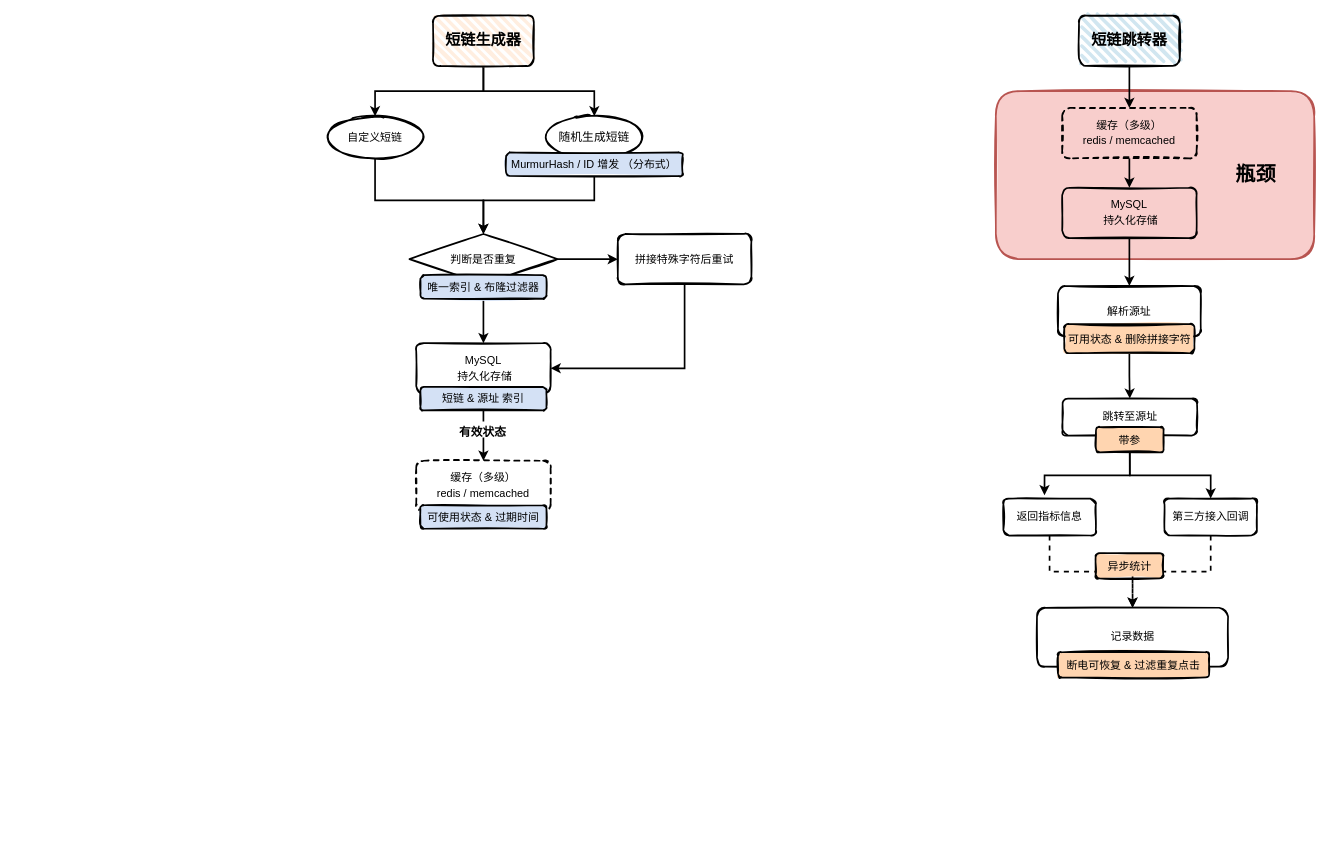
Earlier version of the draw.io diagram landingtrace.drawio (boxtsecond/draw). Source tidied: cells renumbered, new cells numbered last; positions are measured from the earlier drawing's top-left corner, leaving out a move shared by most shapes. Both pictures are drawn from the tidied source at 84%, with x=0, y=0 at pixel (324, 15).
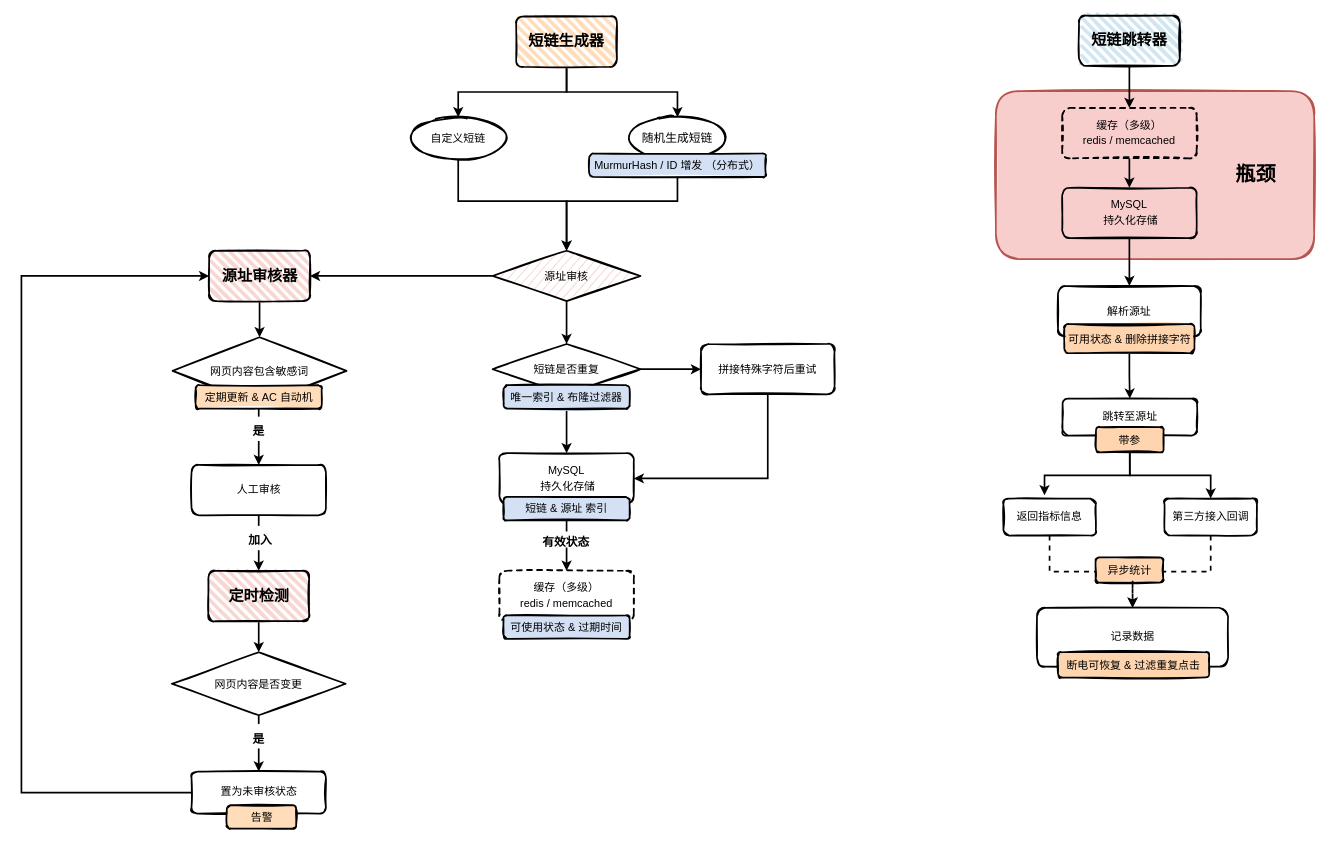
After the change.

Diff of the diagram source:
```diff
@@
-    <mxCell id="5" value="&lt;font size=&quot;1&quot;&gt;&lt;b style=&quot;font-size: 18px&quot;&gt;短链生成器&lt;/b&gt;&lt;/font&gt;" style="rounded=1;whiteSpace=wrap;html=1;strokeWidth=2;fillWeight=4;hachureGap=8;hachureAngle=45;sketch=1;fillColor=#FFEEE0;" parent="1" vertex="1">
-      <mxGeometry x="129" width="120" height="60" as="geometry" />
+    <mxCell id="5" value="&lt;font size=&quot;1&quot;&gt;&lt;b style=&quot;font-size: 18px&quot;&gt;短链生成器&lt;/b&gt;&lt;/font&gt;" style="rounded=1;whiteSpace=wrap;html=1;strokeWidth=2;fillWeight=4;hachureGap=8;hachureAngle=45;sketch=1;fillColor=#FFDDBA;" parent="1" vertex="1">
+      <mxGeometry x="228" y="1" width="120" height="60" as="geometry" />
     </mxCell>
@@
-    <mxCell id="7" value="&lt;span style=&quot;color: rgb(0 , 0 , 0) ; font-family: &amp;#34;helvetica&amp;#34; ; font-size: 13px ; font-style: normal ; font-weight: 400 ; letter-spacing: normal ; text-align: center ; text-indent: 0px ; text-transform: none ; word-spacing: 0px ; display: inline ; float: none&quot;&gt;判断是否重复&lt;/span&gt;" style="rhombus;whiteSpace=wrap;html=1;strokeWidth=2;fillWeight=-1;hachureGap=8;fillStyle=cross-hatch;sketch=1;fontSize=14;fillColor=none;" parent="1" vertex="1">
-      <mxGeometry x="101" y="260" width="176" height="60" as="geometry" />
+    <mxCell id="7" value="&lt;span style=&quot;color: rgb(0 , 0 , 0) ; font-family: &amp;#34;helvetica&amp;#34; ; font-size: 13px ; font-style: normal ; font-weight: 400 ; letter-spacing: normal ; text-align: center ; text-indent: 0px ; text-transform: none ; word-spacing: 0px ; display: inline ; float: none&quot;&gt;短链是否重复&lt;/span&gt;" style="rhombus;whiteSpace=wrap;html=1;strokeWidth=2;fillWeight=-1;hachureGap=8;fillStyle=cross-hatch;sketch=1;fontSize=14;fillColor=none;" parent="1" vertex="1">
+      <mxGeometry x="200" y="391" width="176" height="60" as="geometry" />
     </mxCell>
-    <mxCell id="8" style="edgeStyle=orthogonalEdgeStyle;rounded=0;jettySize=auto;html=1;exitX=0.5;exitY=1;exitDx=0;exitDy=0;entryX=0.5;entryY=0;entryDx=0;entryDy=0;strokeWidth=2;fontSize=13;" parent="1" edge="1" source="9" target="7">
+    <mxCell id="8" style="edgeStyle=orthogonalEdgeStyle;rounded=0;jettySize=auto;html=1;exitX=0.5;exitY=1;exitDx=0;exitDy=0;entryX=0.5;entryY=0;entryDx=0;entryDy=0;strokeWidth=2;fontSize=13;" parent="1" edge="1" source="9" target="52">
       <mxGeometry relative="1" as="geometry">
         <Array as="points">
-          <mxPoint x="60" y="220" />
-          <mxPoint x="189" y="220" />
+          <mxPoint x="159" y="221" />
+          <mxPoint x="288" y="221" />
+          <mxPoint x="288" y="270" />
         </Array>
       </mxGeometry>
     </mxCell>
     <mxCell id="9" value="自定义短链" style="ellipse;whiteSpace=wrap;html=1;strokeWidth=2;fillWeight=2;hachureGap=8;fillStyle=dots;sketch=1;labelBackgroundColor=none;fontSize=13;fillColor=none;" parent="1" vertex="1">
-      <mxGeometry y="120" width="120" height="50" as="geometry" />
+      <mxGeometry x="99" y="121" width="120" height="50" as="geometry" />
     </mxCell>
     <mxCell id="10" value="&lt;span style=&quot;font-size: 14px&quot;&gt;随机生成短链&lt;/span&gt;" style="ellipse;whiteSpace=wrap;html=1;strokeWidth=2;fillWeight=2;hachureGap=8;fillStyle=dots;sketch=1;labelBackgroundColor=none;fontSize=13;fillColor=none;" parent="1" vertex="1">
-      <mxGeometry x="261" y="120" width="120" height="50" as="geometry" />
+      <mxGeometry x="360" y="121" width="120" height="50" as="geometry" />
     </mxCell>
-    <mxCell id="11" style="edgeStyle=orthogonalEdgeStyle;rounded=0;jettySize=auto;html=1;exitX=0.5;exitY=1;exitDx=0;exitDy=0;entryX=0.5;entryY=0;entryDx=0;entryDy=0;strokeWidth=2;fontSize=13;" parent="1" edge="1" source="12" target="7">
+    <mxCell id="11" style="edgeStyle=orthogonalEdgeStyle;rounded=0;jettySize=auto;html=1;exitX=0.5;exitY=1;exitDx=0;exitDy=0;entryX=0.5;entryY=0;entryDx=0;entryDy=0;strokeWidth=2;fontSize=13;" parent="1" edge="1" source="12" target="52">
       <mxGeometry relative="1" as="geometry">
         <Array as="points">
-          <mxPoint x="321" y="220" />
-          <mxPoint x="189" y="220" />
+          <mxPoint x="420" y="221" />
+          <mxPoint x="288" y="221" />
+          <mxPoint x="288" y="270" />
         </Array>
       </mxGeometry>
     </mxCell>
     <mxCell id="12" value="&lt;span style=&quot;font-size: 13px&quot;&gt;MurmurHash / ID 增发 （分布式）&lt;/span&gt;" style="rounded=1;whiteSpace=wrap;html=1;strokeWidth=2;fillWeight=4;hachureGap=8;hachureAngle=45;sketch=1;fontStyle=0;labelBackgroundColor=none;fontSize=13;fillColor=#D4E1F5;fillStyle=solid;" parent="1" vertex="1">
-      <mxGeometry x="216" y="163" width="210" height="28" as="geometry" />
+      <mxGeometry x="315" y="164" width="210" height="28" as="geometry" />
     </mxCell>
@@
     <mxCell id="14" value="&lt;span style=&quot;font-size: 13px&quot;&gt;唯一索引 &amp;amp; 布隆过滤器&lt;/span&gt;" style="rounded=1;whiteSpace=wrap;html=1;strokeWidth=2;fillWeight=4;hachureGap=8;hachureAngle=45;sketch=1;fontStyle=0;labelBackgroundColor=none;fontSize=13;fillColor=#D4E1F5;fillStyle=solid;" parent="1" vertex="1">
-      <mxGeometry x="114" y="309" width="150" height="28" as="geometry" />
+      <mxGeometry x="213" y="440" width="150" height="28" as="geometry" />
     </mxCell>
@@
     <mxCell id="16" value="&lt;p style=&quot;line-height: 140%&quot;&gt;MySQL&lt;br&gt;&amp;nbsp;持久化存储&lt;/p&gt;" style="html=1;whiteSpace=wrap;labelBackgroundColor=none;fontSize=13;rounded=1;shadow=0;sketch=1;strokeWidth=2;fillColor=none;" parent="1" vertex="1">
-      <mxGeometry x="109" y="390" width="160" height="60" as="geometry" />
+      <mxGeometry x="208" y="521" width="160" height="60" as="geometry" />
     </mxCell>
@@
     <mxCell id="19" value="&lt;font style=&quot;font-size: 13px&quot;&gt;拼接特殊字符后重试&lt;/font&gt;" style="rounded=1;whiteSpace=wrap;html=1;strokeWidth=2;fillWeight=4;hachureGap=8;hachureAngle=45;sketch=1;labelBackgroundColor=none;fontSize=13;fillStyle=auto;fillColor=none;" parent="1" vertex="1">
-      <mxGeometry x="349" y="260" width="159" height="60" as="geometry" />
+      <mxGeometry x="448" y="391" width="159" height="60" as="geometry" />
     </mxCell>
     <mxCell id="20" value="&lt;p style=&quot;line-height: 140%&quot;&gt;缓存（多级）&lt;br&gt;redis / memcached&lt;br&gt;&lt;/p&gt;" style="html=1;whiteSpace=wrap;labelBackgroundColor=none;fontSize=13;rounded=1;shadow=0;sketch=1;strokeWidth=2;dashed=1;fillColor=none;" parent="1" vertex="1">
-      <mxGeometry x="109" y="530" width="160" height="60" as="geometry" />
+      <mxGeometry x="208" y="661" width="160" height="60" as="geometry" />
     </mxCell>
@@
     <mxCell id="25" value="&lt;font style=&quot;font-size: 14px&quot;&gt;有效&lt;font style=&quot;font-size: 14px&quot;&gt;状态&lt;/font&gt;&lt;/font&gt;" style="text;strokeColor=none;html=1;fontSize=24;fontStyle=1;verticalAlign=middle;align=center;rounded=1;shadow=0;dashed=1;labelBackgroundColor=none;sketch=1;fillColor=#ffffff;" parent="1" vertex="1">
-      <mxGeometry x="138" y="483" width="100" height="20" as="geometry" />
+      <mxGeometry x="237" y="614" width="100" height="20" as="geometry" />
     </mxCell>
@@
     <mxCell id="28" value="可使用状态 &amp;amp; 过期时间" style="rounded=1;whiteSpace=wrap;html=1;strokeWidth=2;fillWeight=4;hachureGap=8;hachureAngle=45;sketch=1;fontStyle=0;labelBackgroundColor=none;fontSize=13;fillColor=#D4E1F5;fillStyle=solid;" parent="1" vertex="1">
-      <mxGeometry x="114" y="583" width="150" height="28" as="geometry" />
+      <mxGeometry x="213" y="714" width="150" height="28" as="geometry" />
     </mxCell>
@@
     <mxCell id="42" value="异步统计" style="rounded=1;whiteSpace=wrap;html=1;strokeWidth=2;fillWeight=4;hachureGap=8;hachureAngle=45;sketch=1;fontStyle=0;labelBackgroundColor=none;fontSize=13;fillStyle=solid;fillColor=#FFD5B0;" parent="1" vertex="1">
-      <mxGeometry x="917.8" y="640" width="80.5" height="30" as="geometry" />
+      <mxGeometry x="917.8" y="645" width="80.5" height="30" as="geometry" />
     </mxCell>
@@
+    <mxCell id="45" style="rounded=1;jettySize=auto;html=1;exitX=0.5;exitY=1;exitDx=0;exitDy=0;entryX=0.5;entryY=0;entryDx=0;entryDy=0;strokeWidth=2;fontSize=14;edgeStyle=orthogonalEdgeStyle;" parent="1" edge="1" source="46" target="47">
+      <mxGeometry relative="1" as="geometry" />
+    </mxCell>
+    <mxCell id="46" value="&lt;font size=&quot;1&quot;&gt;&lt;b style=&quot;font-size: 18px&quot;&gt;源址审核器&lt;/b&gt;&lt;/font&gt;" style="rounded=1;whiteSpace=wrap;html=1;strokeWidth=2;fillWeight=4;hachureGap=8;hachureAngle=45;sketch=1;fillColor=#F8D7D3;" parent="1" vertex="1">
+      <mxGeometry x="-137.5" y="280" width="120" height="60" as="geometry" />
+    </mxCell>
+    <mxCell id="47" value="&lt;span style=&quot;font-size: 13px&quot;&gt;网页&lt;/span&gt;&lt;span style=&quot;font-size: 13px&quot;&gt;内容包含敏感词&lt;/span&gt;" style="rhombus;whiteSpace=wrap;html=1;strokeWidth=2;fillWeight=-1;hachureGap=8;fillStyle=cross-hatch;sketch=1;fontSize=14;fillColor=none;" parent="1" vertex="1">
+      <mxGeometry x="-181" y="383" width="207" height="80" as="geometry" />
+    </mxCell>
+    <mxCell id="48" style="edgeStyle=orthogonalEdgeStyle;rounded=0;jettySize=auto;html=1;exitX=0.5;exitY=1;exitDx=0;exitDy=0;strokeColor=#000000;strokeWidth=2;fontSize=14;entryX=0.5;entryY=0;entryDx=0;entryDy=0;" parent="1" edge="1" source="49" target="59">
+      <mxGeometry relative="1" as="geometry" />
+    </mxCell>
+    <mxCell id="49" value="定期更新 &amp;amp; AC 自动机" style="rounded=1;whiteSpace=wrap;html=1;strokeWidth=2;fillWeight=4;hachureGap=8;hachureAngle=45;sketch=1;fontStyle=0;labelBackgroundColor=none;fontSize=13;fillStyle=solid;fillColor=#FFDDBA;" parent="1" vertex="1">
+      <mxGeometry x="-153.5" y="440" width="150" height="28" as="geometry" />
+    </mxCell>
+    <mxCell id="50" style="edgeStyle=orthogonalEdgeStyle;rounded=1;jettySize=auto;html=1;exitX=0;exitY=0.5;exitDx=0;exitDy=0;entryX=1;entryY=0.5;entryDx=0;entryDy=0;strokeWidth=2;fontSize=14;curved=1;" parent="1" edge="1" source="52" target="46">
+      <mxGeometry relative="1" as="geometry" />
+    </mxCell>
+    <mxCell id="51" style="edgeStyle=orthogonalEdgeStyle;curved=1;rounded=1;jettySize=auto;html=1;exitX=0.5;exitY=1;exitDx=0;exitDy=0;strokeWidth=2;fontSize=14;" parent="1" edge="1" source="52" target="7">
+      <mxGeometry relative="1" as="geometry" />
+    </mxCell>
+    <mxCell id="52" value="&lt;span style=&quot;color: rgb(0 , 0 , 0) ; font-family: &amp;#34;helvetica&amp;#34; ; font-size: 13px ; font-style: normal ; font-weight: 400 ; letter-spacing: normal ; text-align: center ; text-indent: 0px ; text-transform: none ; word-spacing: 0px ; display: inline ; float: none&quot;&gt;源址审核&lt;/span&gt;" style="rhombus;whiteSpace=wrap;html=1;strokeWidth=2;fillWeight=-1;hachureGap=8;fillStyle=hachure;sketch=1;fontSize=14;fillColor=#F8D7D3;" parent="1" vertex="1">
+      <mxGeometry x="200" y="280" width="176" height="60" as="geometry" />
+    </mxCell>
+    <mxCell id="53" style="edgeStyle=orthogonalEdgeStyle;rounded=0;jettySize=auto;html=1;exitX=0.5;exitY=1;exitDx=0;exitDy=0;strokeColor=#000000;strokeWidth=2;fontSize=14;" parent="1" edge="1" source="54" target="62">
+      <mxGeometry relative="1" as="geometry" />
+    </mxCell>
+    <mxCell id="54" value="&lt;span style=&quot;font-size: 13px&quot;&gt;网页&lt;/span&gt;&lt;span style=&quot;font-size: 13px&quot;&gt;内容是否变更&lt;/span&gt;" style="rhombus;whiteSpace=wrap;html=1;strokeWidth=2;fillWeight=-1;hachureGap=8;fillStyle=cross-hatch;sketch=1;fontSize=14;fillColor=none;" parent="1" vertex="1">
+      <mxGeometry x="-182" y="758" width="207" height="75" as="geometry" />
+    </mxCell>
+    <mxCell id="55" style="edgeStyle=orthogonalEdgeStyle;rounded=0;jettySize=auto;html=1;exitX=0.5;exitY=1;exitDx=0;exitDy=0;entryX=0.5;entryY=0;entryDx=0;entryDy=0;strokeColor=#000000;strokeWidth=2;fontSize=14;" parent="1" edge="1" source="56" target="54">
+      <mxGeometry relative="1" as="geometry" />
+    </mxCell>
+    <mxCell id="56" value="&lt;font size=&quot;1&quot;&gt;&lt;b style=&quot;font-size: 18px&quot;&gt;定时检测&lt;/b&gt;&lt;/font&gt;" style="rounded=1;whiteSpace=wrap;html=1;strokeWidth=2;fillWeight=4;hachureGap=8;hachureAngle=45;sketch=1;fillColor=#F8D7D3;" parent="1" vertex="1">
+      <mxGeometry x="-138.5" y="661" width="120" height="60" as="geometry" />
+    </mxCell>
+    <mxCell id="57" value="&lt;font style=&quot;font-size: 14px&quot;&gt;是&lt;/font&gt;" style="text;strokeColor=none;fillColor=none;html=1;fontSize=24;fontStyle=1;verticalAlign=middle;align=center;rounded=1;shadow=0;labelBackgroundColor=#ffffff;sketch=1;" parent="1" vertex="1">
+      <mxGeometry x="-126.5" y="846" width="94.5" height="24" as="geometry" />
+    </mxCell>
+    <mxCell id="58" style="edgeStyle=orthogonalEdgeStyle;rounded=0;jettySize=auto;html=1;exitX=0.5;exitY=1;exitDx=0;exitDy=0;strokeColor=#000000;strokeWidth=2;fontSize=14;" parent="1" edge="1" source="59" target="56">
+      <mxGeometry relative="1" as="geometry" />
+    </mxCell>
+    <mxCell id="59" value="&lt;p style=&quot;line-height: 140%&quot;&gt;人工审核&lt;/p&gt;" style="html=1;whiteSpace=wrap;labelBackgroundColor=none;fontSize=13;rounded=1;shadow=0;sketch=1;strokeWidth=2;fillColor=none;" parent="1" vertex="1">
+      <mxGeometry x="-158.5" y="535" width="160" height="60" as="geometry" />
+    </mxCell>
+    <mxCell id="60" value="&lt;font style=&quot;font-size: 14px&quot;&gt;加入&lt;/font&gt;" style="text;strokeColor=none;fillColor=none;html=1;fontSize=24;fontStyle=1;verticalAlign=middle;align=center;rounded=1;shadow=0;labelBackgroundColor=#ffffff;sketch=1;" parent="1" vertex="1">
+      <mxGeometry x="-102.5" y="609" width="50" height="25" as="geometry" />
+    </mxCell>
+    <mxCell id="61" style="edgeStyle=orthogonalEdgeStyle;rounded=0;jettySize=auto;html=1;exitX=0;exitY=0.5;exitDx=0;exitDy=0;entryX=0;entryY=0.5;entryDx=0;entryDy=0;strokeColor=#000000;strokeWidth=2;fontSize=14;" parent="1" edge="1" source="62" target="46">
+      <mxGeometry relative="1" as="geometry">
+        <Array as="points">
+          <mxPoint x="-361" y="925" />
+          <mxPoint x="-361" y="310" />
+        </Array>
+      </mxGeometry>
+    </mxCell>
+    <mxCell id="62" value="&lt;p style=&quot;line-height: 140%&quot;&gt;置为未审核状态&lt;/p&gt;" style="html=1;whiteSpace=wrap;labelBackgroundColor=none;fontSize=13;rounded=1;shadow=0;sketch=1;strokeWidth=2;fillColor=none;" parent="1" vertex="1">
+      <mxGeometry x="-158.5" y="900" width="160" height="50" as="geometry" />
+    </mxCell>
+    <mxCell id="63" value="告警" style="rounded=1;whiteSpace=wrap;html=1;strokeWidth=2;fillWeight=4;hachureGap=8;hachureAngle=45;sketch=1;fontStyle=0;labelBackgroundColor=none;fontSize=13;fillStyle=solid;fillColor=#FFDDBA;" parent="1" vertex="1">
+      <mxGeometry x="-116.5" y="940" width="82.5" height="28" as="geometry" />
+    </mxCell>
+    <mxCell id="64" value="&lt;font style=&quot;font-size: 14px&quot;&gt;是&lt;/font&gt;" style="text;strokeColor=none;fillColor=none;html=1;fontSize=24;fontStyle=1;verticalAlign=middle;align=center;rounded=1;shadow=0;labelBackgroundColor=#ffffff;sketch=1;" parent="1" vertex="1">
+      <mxGeometry x="-126.5" y="480" width="94.5" height="24" as="geometry" />
+    </mxCell>
```
